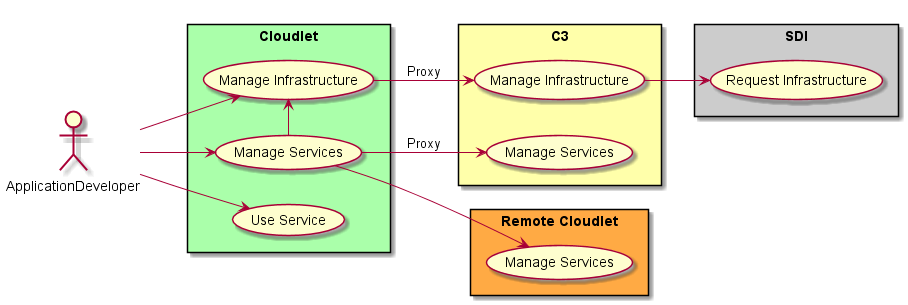
Before: docs/Actors/Application-Developer/UseCases.png, a diagram exported from PlantUML (CAADE/CloudLet).
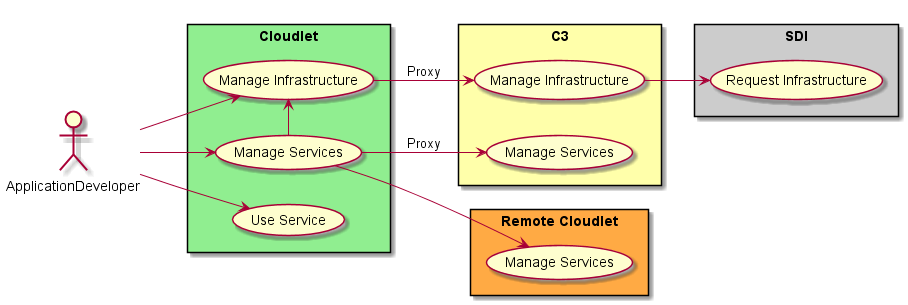
After the change.

What changed in the source:
```diff
@@ -4,7 +4,7 @@
 
 :ApplicationDeveloper: as Actor
 
-rectangle "Cloudlet" #aaffaa{
+rectangle "Cloudlet" #lightgreen{
     (Manage Services) as U1
     (Use Service) as U3
     (Manage Infrastructure) as U2
```
